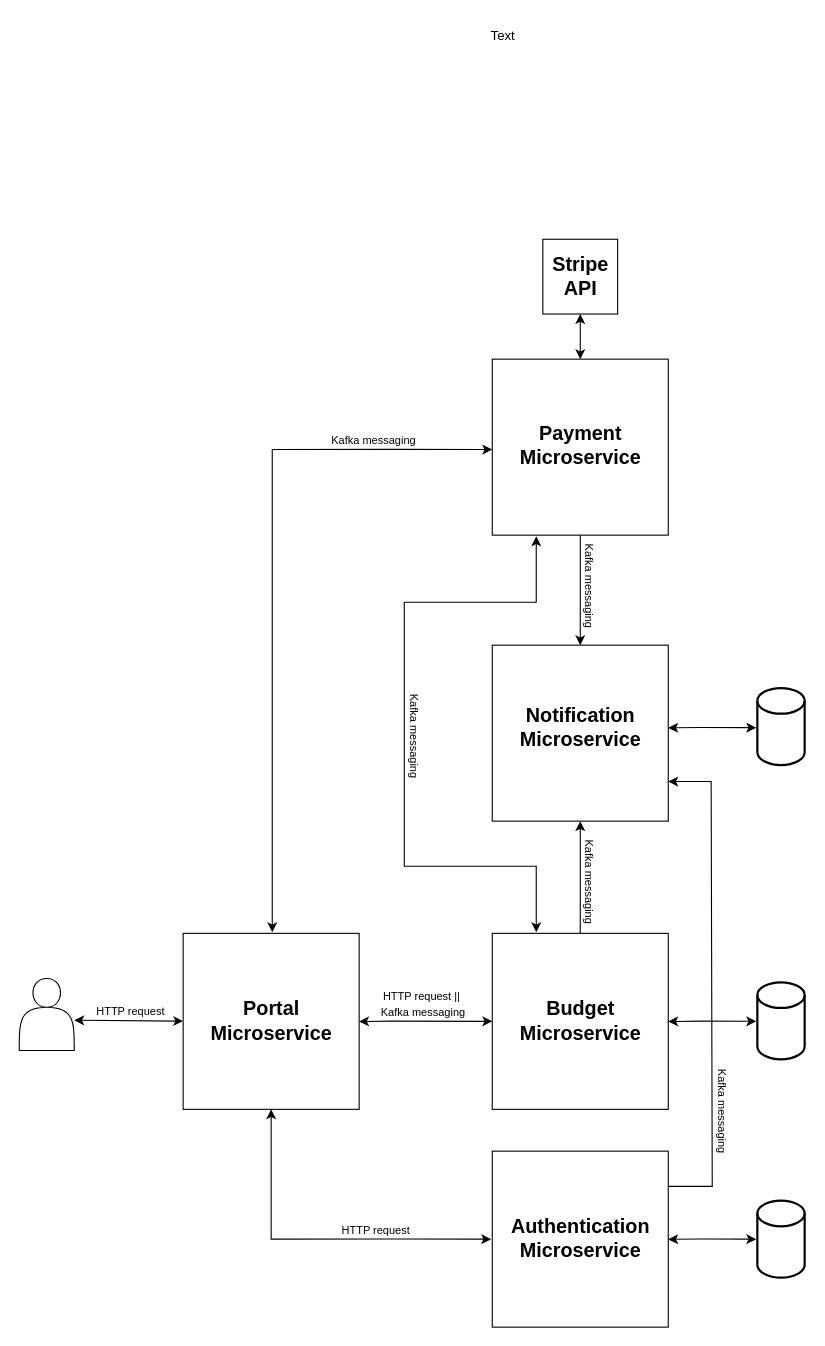
MiguelCardoso19/BudgetHub keeps this draw.io diagram as expenseshubdiagram.drawio. Above is the earlier version. Source tidied: cells renumbered, new cells numbered last; positions are measured from the earlier drawing's top-left corner, leaving out a move shared by most shapes. Both pictures are drawn from the tidied source at 110%, with x=0, y=0 at pixel (19, 19).
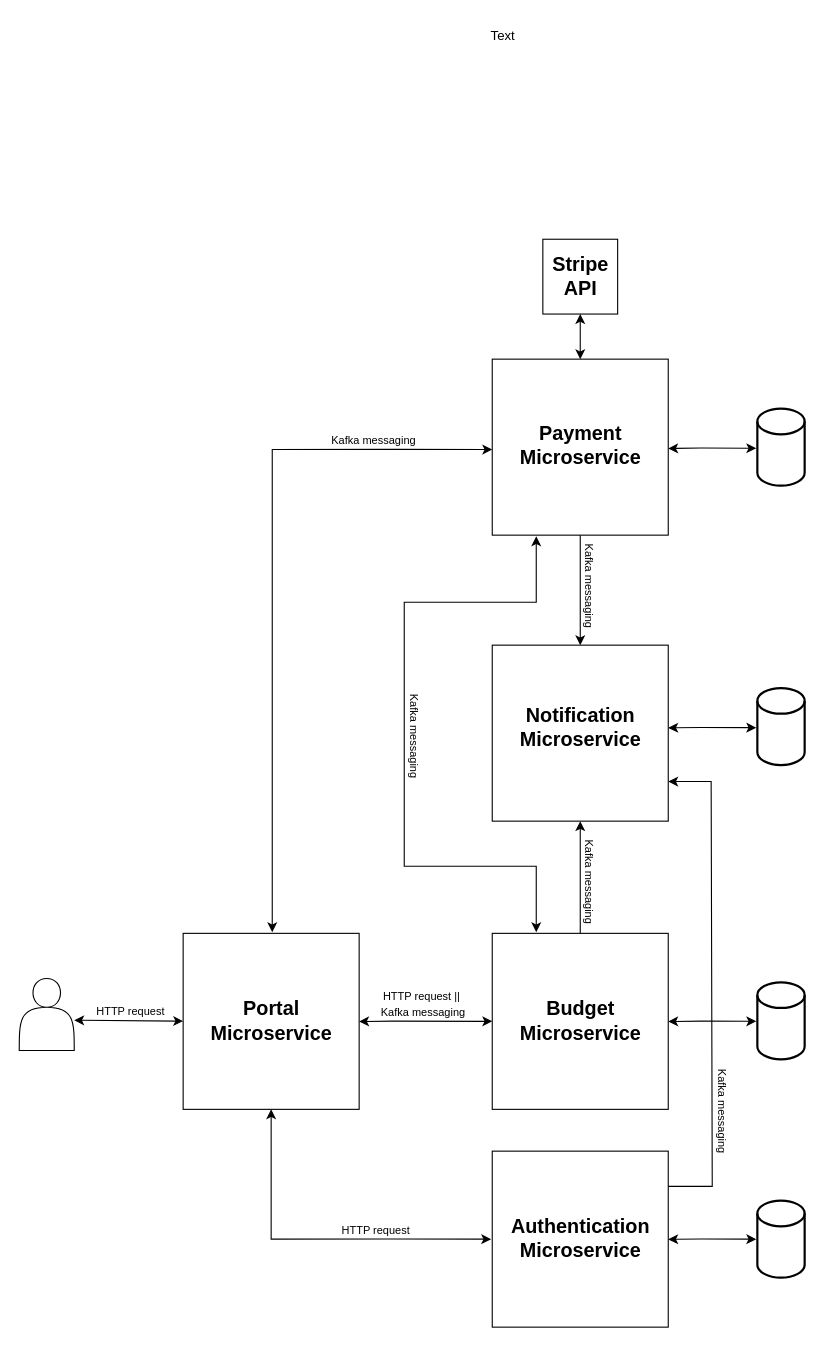
After the change.

Change to the diagram source:
```diff
@@
+    <mxCell id="39" style="endArrow=classic;startArrow=classic;html=1;rounded=0;entryX=0;entryY=0.5;entryDx=0;entryDy=0;" parent="1" edge="1">
+      <mxGeometry relative="1" as="geometry">
+        <mxPoint x="590" y="390.2" as="sourcePoint" />
+        <mxPoint x="670" y="390" as="targetPoint" />
+        <Array as="points">
+          <mxPoint x="620" y="389.8" />
+        </Array>
+      </mxGeometry>
+    </mxCell>
+    <mxCell id="40" style="strokeWidth=2;html=1;shape=mxgraph.flowchart.database;whiteSpace=wrap;" parent="1" vertex="1">
+      <mxGeometry x="671" y="354" width="43" height="70" as="geometry" />
+    </mxCell>
```
